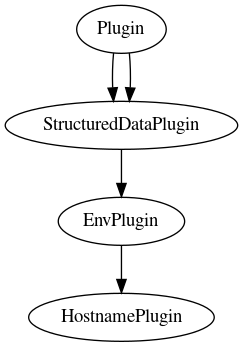
Above: dsi/plugins/dot/PluginClassHierarchy.gv.png in lanl/dsi (Graphviz), before the change. Its source is kept beside it as dsi/plugins/dot/PluginClassHierarchy.gv.
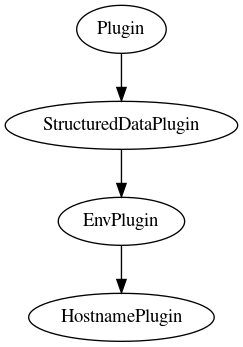
The same diagram one commit later.

Commit message:
add strict digraph to merge duplicate edges

The edit, as a diff of the source:
```diff
@@ -1,4 +1,4 @@
-digraph PluginClassHierarchy {
+strict digraph PluginClassHierarchy {
 	Plugin
 	StructuredDataPlugin
 	Plugin -> StructuredDataPlugin
```
